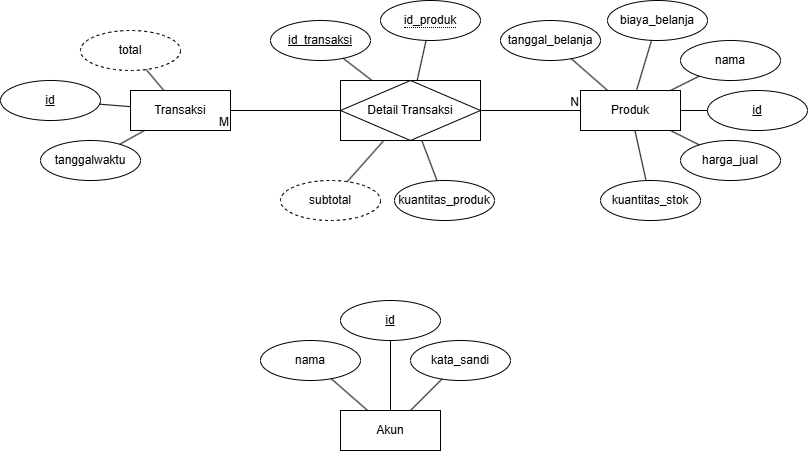
Above: src/main/resources/diagrams/db_warunq.drawio.png in James1Aurora/WarunQ (draw.io), before the change. Source tidied: cells renumbered, new cells last; positions are measured from the earlier drawing's top-left corner, leaving out a move shared by most shapes.
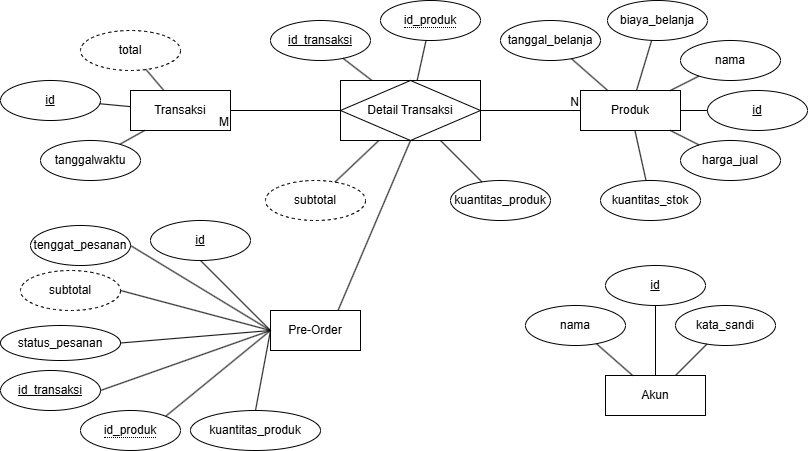
The same diagram one commit later.

Change to the diagram source:
```diff
@@ -48,7 +48,7 @@
       <mxGeometry x="600" y="180" width="100" height="40" as="geometry" />
     </mxCell>
     <mxCell id="17" value="kuantitas_produk" style="ellipse;whiteSpace=wrap;html=1;align=center;" parent="1" vertex="1">
-      <mxGeometry x="394" y="180" width="100" height="40" as="geometry" />
+      <mxGeometry x="450" y="180" width="100" height="40" as="geometry" />
     </mxCell>
     <mxCell id="18" style="endArrow=none;html=1;rounded=0;" parent="1" edge="1" source="26" target="17">
       <mxGeometry relative="1" as="geometry" />
@@ -63,7 +63,7 @@
       <mxGeometry relative="1" as="geometry" />
     </mxCell>
     <mxCell id="22" value="subtotal" style="ellipse;whiteSpace=wrap;html=1;align=center;dashed=1;" parent="1" vertex="1">
-      <mxGeometry x="280" y="180" width="100" height="40" as="geometry" />
+      <mxGeometry x="265" y="180" width="100" height="40" as="geometry" />
     </mxCell>
     <mxCell id="23" style="endArrow=none;html=1;rounded=0;" parent="1" edge="1" source="26" target="22">
       <mxGeometry relative="1" as="geometry" />
@@ -104,25 +104,73 @@
       <mxGeometry relative="1" as="geometry" />
     </mxCell>
     <mxCell id="35" value="id" style="ellipse;whiteSpace=wrap;html=1;align=center;fontStyle=4;" parent="1" vertex="1">
-      <mxGeometry x="340" y="300" width="100" height="40" as="geometry" />
+      <mxGeometry x="605" y="265" width="100" height="40" as="geometry" />
     </mxCell>
     <mxCell id="36" value="Akun" style="whiteSpace=wrap;html=1;align=center;" parent="1" vertex="1">
-      <mxGeometry x="340" y="410" width="100" height="40" as="geometry" />
+      <mxGeometry x="605" y="375" width="100" height="40" as="geometry" />
     </mxCell>
     <mxCell id="37" style="endArrow=none;html=1;rounded=0;" parent="1" edge="1" source="36" target="35">
       <mxGeometry relative="1" as="geometry" />
     </mxCell>
     <mxCell id="38" value="nama" style="ellipse;whiteSpace=wrap;html=1;align=center;" parent="1" vertex="1">
-      <mxGeometry x="260" y="340" width="100" height="40" as="geometry" />
+      <mxGeometry x="525" y="305" width="100" height="40" as="geometry" />
     </mxCell>
     <mxCell id="39" style="endArrow=none;html=1;rounded=0;" parent="1" edge="1" source="38" target="36">
       <mxGeometry relative="1" as="geometry" />
     </mxCell>
     <mxCell id="40" value="kata_sandi" style="ellipse;whiteSpace=wrap;html=1;align=center;" parent="1" vertex="1">
-      <mxGeometry x="410" y="340" width="100" height="40" as="geometry" />
+      <mxGeometry x="675" y="305" width="100" height="40" as="geometry" />
     </mxCell>
     <mxCell id="41" style="endArrow=none;html=1;rounded=0;" parent="1" edge="1" source="36" target="40">
       <mxGeometry relative="1" as="geometry" />
     </mxCell>
+    <mxCell id="42" value="Pre-Order" style="rounded=0;whiteSpace=wrap;html=1;" parent="1" vertex="1">
+      <mxGeometry x="270" y="310" width="90" height="40" as="geometry" />
+    </mxCell>
+    <mxCell id="43" value="&lt;span style=&quot;border-bottom: 1px dotted&quot;&gt;id_produk&lt;/span&gt;" style="ellipse;whiteSpace=wrap;html=1;align=center;" parent="1" vertex="1">
+      <mxGeometry x="80" y="410" width="100" height="40" as="geometry" />
+    </mxCell>
+    <mxCell id="44" value="id" style="ellipse;whiteSpace=wrap;html=1;align=center;fontStyle=4;" parent="1" vertex="1">
+      <mxGeometry x="150" y="220" width="100" height="40" as="geometry" />
+    </mxCell>
+    <mxCell id="45" style="endArrow=none;html=1;rounded=0;entryX=0.5;entryY=1;entryDx=0;entryDy=0;exitX=0;exitY=0.5;exitDx=0;exitDy=0;" parent="1" edge="1" source="42" target="44">
+      <mxGeometry relative="1" as="geometry" />
+    </mxCell>
+    <mxCell id="46" style="endArrow=none;html=1;rounded=0;exitX=1;exitY=0;exitDx=0;exitDy=0;entryX=0;entryY=0.5;entryDx=0;entryDy=0;" parent="1" edge="1" source="43" target="42">
+      <mxGeometry relative="1" as="geometry" />
+    </mxCell>
+    <mxCell id="47" value="kuantitas_produk" style="ellipse;whiteSpace=wrap;html=1;align=center;" parent="1" vertex="1">
+      <mxGeometry x="190" y="410" width="130" height="40" as="geometry" />
+    </mxCell>
+    <mxCell id="48" value="subtotal" style="ellipse;whiteSpace=wrap;html=1;align=center;dashed=1;" parent="1" vertex="1">
+      <mxGeometry x="20" y="270" width="100" height="40" as="geometry" />
+    </mxCell>
+    <mxCell id="49" style="endArrow=none;html=1;rounded=0;entryX=1;entryY=0.5;entryDx=0;entryDy=0;exitX=0;exitY=0.5;exitDx=0;exitDy=0;" parent="1" edge="1" source="42" target="48">
+      <mxGeometry relative="1" as="geometry" />
+    </mxCell>
+    <mxCell id="50" style="endArrow=none;html=1;rounded=0;entryX=0.5;entryY=0;entryDx=0;entryDy=0;exitX=0;exitY=0.5;exitDx=0;exitDy=0;" parent="1" edge="1" source="42" target="47">
+      <mxGeometry relative="1" as="geometry" />
+    </mxCell>
+    <mxCell id="51" value="status_pesanan" style="ellipse;whiteSpace=wrap;html=1;align=center;" parent="1" vertex="1">
+      <mxGeometry y="325" width="120" height="35" as="geometry" />
+    </mxCell>
+    <mxCell id="52" style="endArrow=none;html=1;rounded=0;entryX=1;entryY=0.5;entryDx=0;entryDy=0;exitX=0;exitY=0.5;exitDx=0;exitDy=0;" parent="1" edge="1" source="42" target="51">
+      <mxGeometry relative="1" as="geometry" />
+    </mxCell>
+    <mxCell id="53" value="tenggat_pesanan" style="ellipse;whiteSpace=wrap;html=1;align=center;" parent="1" vertex="1">
+      <mxGeometry x="30" y="225" width="100" height="40" as="geometry" />
+    </mxCell>
+    <mxCell id="54" style="endArrow=none;html=1;rounded=0;entryX=1;entryY=0.5;entryDx=0;entryDy=0;exitX=0;exitY=0.5;exitDx=0;exitDy=0;" parent="1" edge="1" source="42" target="53">
+      <mxGeometry relative="1" as="geometry" />
+    </mxCell>
+    <mxCell id="55" value="id_transaksi" style="ellipse;whiteSpace=wrap;html=1;align=center;fontStyle=4;" parent="1" vertex="1">
+      <mxGeometry y="370" width="100" height="40" as="geometry" />
+    </mxCell>
+    <mxCell id="56" style="endArrow=none;html=1;rounded=0;entryX=1;entryY=0.5;entryDx=0;entryDy=0;exitX=0;exitY=0.5;exitDx=0;exitDy=0;" parent="1" edge="1" source="42" target="55">
+      <mxGeometry relative="1" as="geometry" />
+    </mxCell>
+    <mxCell id="57" style="endArrow=none;html=1;rounded=0;exitX=0.75;exitY=0;exitDx=0;exitDy=0;entryX=0.5;entryY=1;entryDx=0;entryDy=0;" parent="1" edge="1" source="42" target="26">
+      <mxGeometry relative="1" as="geometry" />
+    </mxCell>
   </root>
 </mxGraphModel>
```
